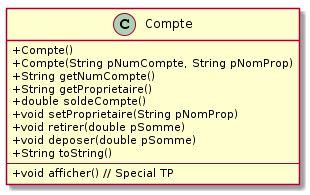
This is POO/images/plantuml/classeCompteInterface.png from IUT-Blagnac/POO, a PlantUML export, as it was before one commit. The source it was exported from:
```plantuml
@startuml
skinparam classAttributeIconSize 0

class Compte {
	+ Compte()
	+ Compte(String pNumCompte, String pNomProp)

	+ String getNumCompte()
	+ String getProprietaire()
	+ double soldeCompte()
	+ void setProprietaire(String pNomProp)
	+ void retirer(double pSomme)
	+ void deposer(double pSomme)

	+ String toString()
	---
	+ void afficher() // Special TP
}
@enduml
```
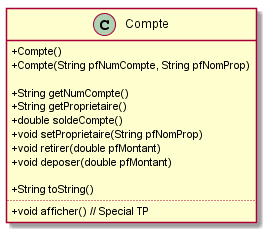
The same diagram one commit later.

Change to the diagram source:
```diff
@@ -3,17 +3,18 @@
 
 class Compte {
 	+ Compte()
-	+ Compte(String pNumCompte, String pNomProp)
+	+ Compte(String pfNumCompte, String pfNomProp)
 
 	+ String getNumCompte()
 	+ String getProprietaire()
 	+ double soldeCompte()
-	+ void setProprietaire(String pNomProp)
-	+ void retirer(double pSomme)
-	+ void deposer(double pSomme)
+	+ void setProprietaire(String pfNomProp)
+	+ void retirer(double pfMontant)
+	+ void deposer(double pfMontant)
 
 	+ String toString()
-	---
+....
 	+ void afficher() // Special TP
 }
+
 @enduml
```
